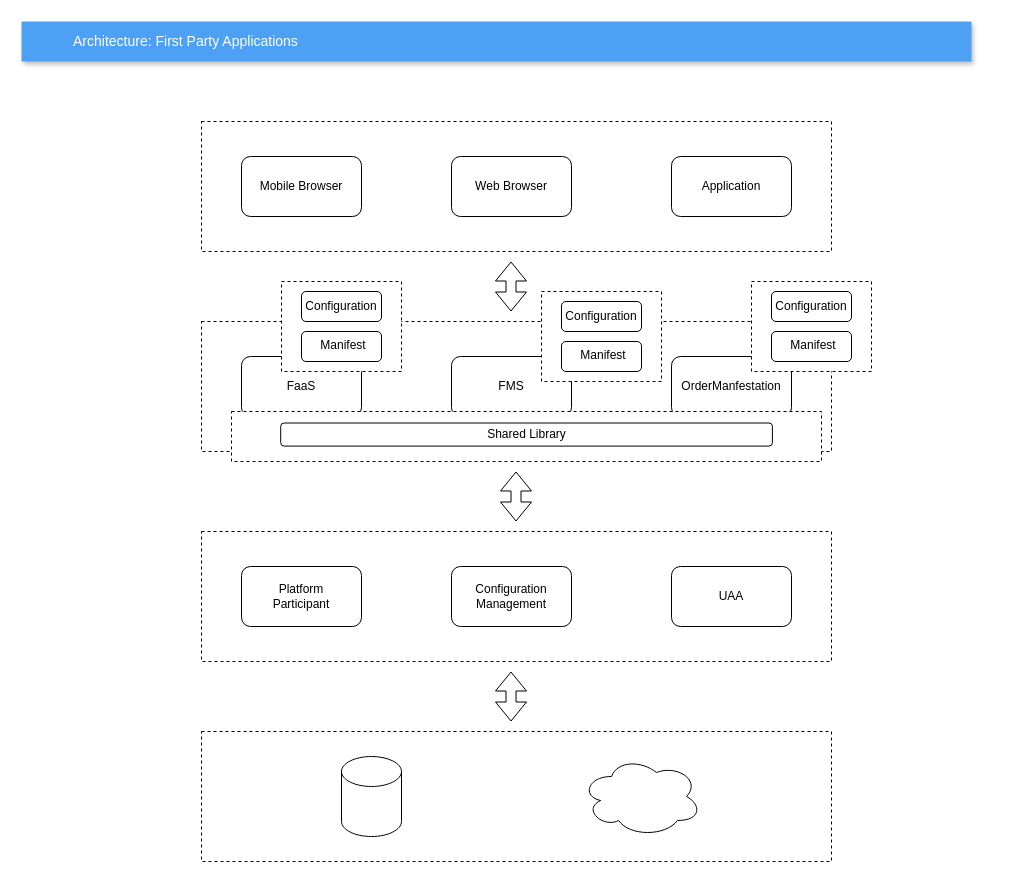
Earlier version of the draw.io diagram fpa.drawio (jayanthkmr/architecture-diagrams). Source tidied: cells renumbered, new cells numbered last; positions are measured from the earlier drawing's top-left corner, leaving out a move shared by most shapes. Both pictures are drawn from the tidied source at 100%, with x=0, y=0 at pixel (21, 21).
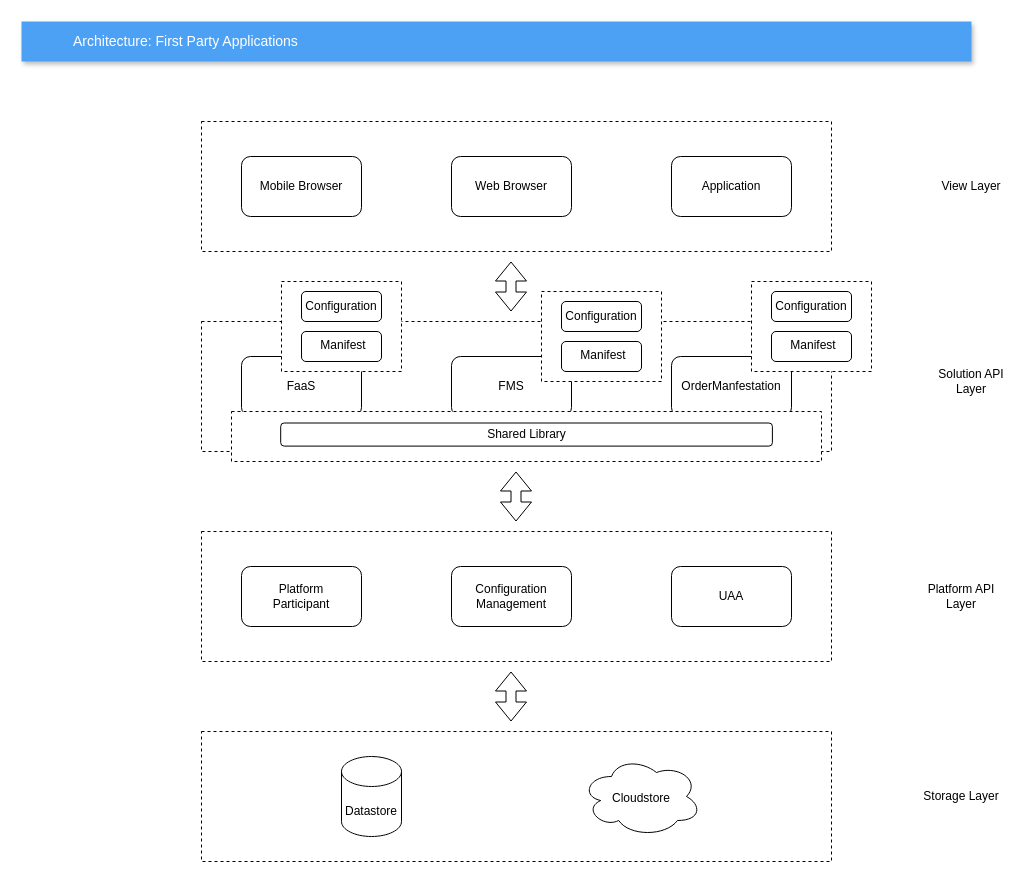
The same diagram, later.

Diff of the diagram source:
```diff
@@
+    <mxCell id="61" value="View Layer" style="text;html=1;strokeColor=none;fillColor=none;align=center;verticalAlign=middle;whiteSpace=wrap;rounded=0;" parent="1" vertex="1">
+      <mxGeometry x="910" y="155" width="80" height="20" as="geometry" />
+    </mxCell>
+    <mxCell id="62" value="Solution API Layer" style="text;html=1;strokeColor=none;fillColor=none;align=center;verticalAlign=middle;whiteSpace=wrap;rounded=0;" parent="1" vertex="1">
+      <mxGeometry x="910" y="350" width="80" height="20" as="geometry" />
+    </mxCell>
+    <mxCell id="63" value="Platform API Layer" style="text;html=1;strokeColor=none;fillColor=none;align=center;verticalAlign=middle;whiteSpace=wrap;rounded=0;" parent="1" vertex="1">
+      <mxGeometry x="900" y="565" width="80" height="20" as="geometry" />
+    </mxCell>
+    <mxCell id="64" value="Storage Layer" style="text;html=1;strokeColor=none;fillColor=none;align=center;verticalAlign=middle;whiteSpace=wrap;rounded=0;" parent="1" vertex="1">
+      <mxGeometry x="900" y="765" width="80" height="20" as="geometry" />
+    </mxCell>
+    <mxCell id="65" value="Datastore" style="text;html=1;strokeColor=none;fillColor=none;align=center;verticalAlign=middle;whiteSpace=wrap;rounded=0;" parent="1" vertex="1">
+      <mxGeometry x="330" y="780" width="40" height="20" as="geometry" />
+    </mxCell>
+    <mxCell id="66" value="Cloudstore" style="text;html=1;strokeColor=none;fillColor=none;align=center;verticalAlign=middle;whiteSpace=wrap;rounded=0;" parent="1" vertex="1">
+      <mxGeometry x="600" y="767" width="40" height="20" as="geometry" />
+    </mxCell>
```
